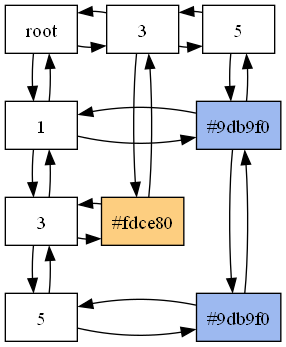
helenrodas/FasesProyectoEDD1S_202200066 keeps this Graphviz diagram as Fase2/matrix.png. Above is the earlier version. Its source is kept beside it as Fase2/matrix.dot. Its diagram source:
```dot
 digraph Matrix {
 node[shape = "box"]
 "Nodo0_0"[label = "root", group="0"]
 "Nodo0_0"->"Nodo4_0"
 "Nodo0_0"->"Nodo4_0"[dir = back]
 "Nodo0_0"->"Nodo0_2"
 "Nodo0_0"->"Nodo0_2"[dir = back]
 "Nodo4_0"[label = "3", group="4"]
 "Nodo4_0"->"Nodo6_0"
 "Nodo4_0"->"Nodo6_0"[dir = back]
 "Nodo4_0"->"Nodo4_4"
 "Nodo4_0"->"Nodo4_4"[dir = back]
 "Nodo6_0"[label = "5", group="6"]
 "Nodo6_0"->"Nodo6_2"
 "Nodo6_0"->"Nodo6_2"[dir = back]
 {rank=same;"Nodo0_0";"Nodo4_0";"Nodo6_0"}
 "Nodo0_2"[label = "1", group="0"]
 "Nodo0_2"->"Nodo6_2"
 "Nodo0_2"->"Nodo6_2"[dir = back]
 "Nodo0_2"->"Nodo0_4"
 "Nodo0_2"->"Nodo0_4"[dir = back]
 "Nodo6_2"[label = "#9db9f0",  style = filled, fillcolor = "#9db9f0" group="6"]
 "Nodo6_2"->"Nodo6_6"
 "Nodo6_2"->"Nodo6_6"[dir = back]
 {rank=same;"Nodo0_2";"Nodo6_2"}
 "Nodo0_4"[label = "3", group="0"]
 "Nodo0_4"->"Nodo4_4"
 "Nodo0_4"->"Nodo4_4"[dir = back]
 "Nodo0_4"->"Nodo0_6"
 "Nodo0_4"->"Nodo0_6"[dir = back]
 "Nodo4_4"[label = "#fdce80",  style = filled, fillcolor = "#fdce80" group="4"]
 {rank=same;"Nodo0_4";"Nodo4_4"}
 "Nodo0_6"[label = "5", group="0"]
 "Nodo0_6"->"Nodo6_6"
 "Nodo0_6"->"Nodo6_6"[dir = back]
 "Nodo6_6"[label = "#9db9f0",  style = filled, fillcolor = "#9db9f0" group="6"]
 {rank=same;"Nodo0_6";"Nodo6_6"}
 }
```
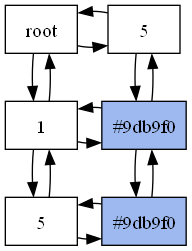
The same file after the commit.

The edit, as a diff of the source:
```diff
@@ -1,35 +1,23 @@
  digraph Matrix {
  node[shape = "box"]
  "Nodo0_0"[label = "root", group="0"]
- "Nodo0_0"->"Nodo4_0"
- "Nodo0_0"->"Nodo4_0"[dir = back]
+ "Nodo0_0"->"Nodo6_0"
+ "Nodo0_0"->"Nodo6_0"[dir = back]
  "Nodo0_0"->"Nodo0_2"
  "Nodo0_0"->"Nodo0_2"[dir = back]
- "Nodo4_0"[label = "3", group="4"]
- "Nodo4_0"->"Nodo6_0"
- "Nodo4_0"->"Nodo6_0"[dir = back]
- "Nodo4_0"->"Nodo4_4"
- "Nodo4_0"->"Nodo4_4"[dir = back]
  "Nodo6_0"[label = "5", group="6"]
  "Nodo6_0"->"Nodo6_2"
  "Nodo6_0"->"Nodo6_2"[dir = back]
- {rank=same;"Nodo0_0";"Nodo4_0";"Nodo6_0"}
+ {rank=same;"Nodo0_0";"Nodo6_0"}
  "Nodo0_2"[label = "1", group="0"]
  "Nodo0_2"->"Nodo6_2"
  "Nodo0_2"->"Nodo6_2"[dir = back]
- "Nodo0_2"->"Nodo0_4"
- "Nodo0_2"->"Nodo0_4"[dir = back]
+ "Nodo0_2"->"Nodo0_6"
+ "Nodo0_2"->"Nodo0_6"[dir = back]
  "Nodo6_2"[label = "#9db9f0",  style = filled, fillcolor = "#9db9f0" group="6"]
  "Nodo6_2"->"Nodo6_6"
  "Nodo6_2"->"Nodo6_6"[dir = back]
  {rank=same;"Nodo0_2";"Nodo6_2"}
- "Nodo0_4"[label = "3", group="0"]
- "Nodo0_4"->"Nodo4_4"
- "Nodo0_4"->"Nodo4_4"[dir = back]
- "Nodo0_4"->"Nodo0_6"
- "Nodo0_4"->"Nodo0_6"[dir = back]
- "Nodo4_4"[label = "#fdce80",  style = filled, fillcolor = "#fdce80" group="4"]
- {rank=same;"Nodo0_4";"Nodo4_4"}
  "Nodo0_6"[label = "5", group="0"]
  "Nodo0_6"->"Nodo6_6"
  "Nodo0_6"->"Nodo6_6"[dir = back]
```
